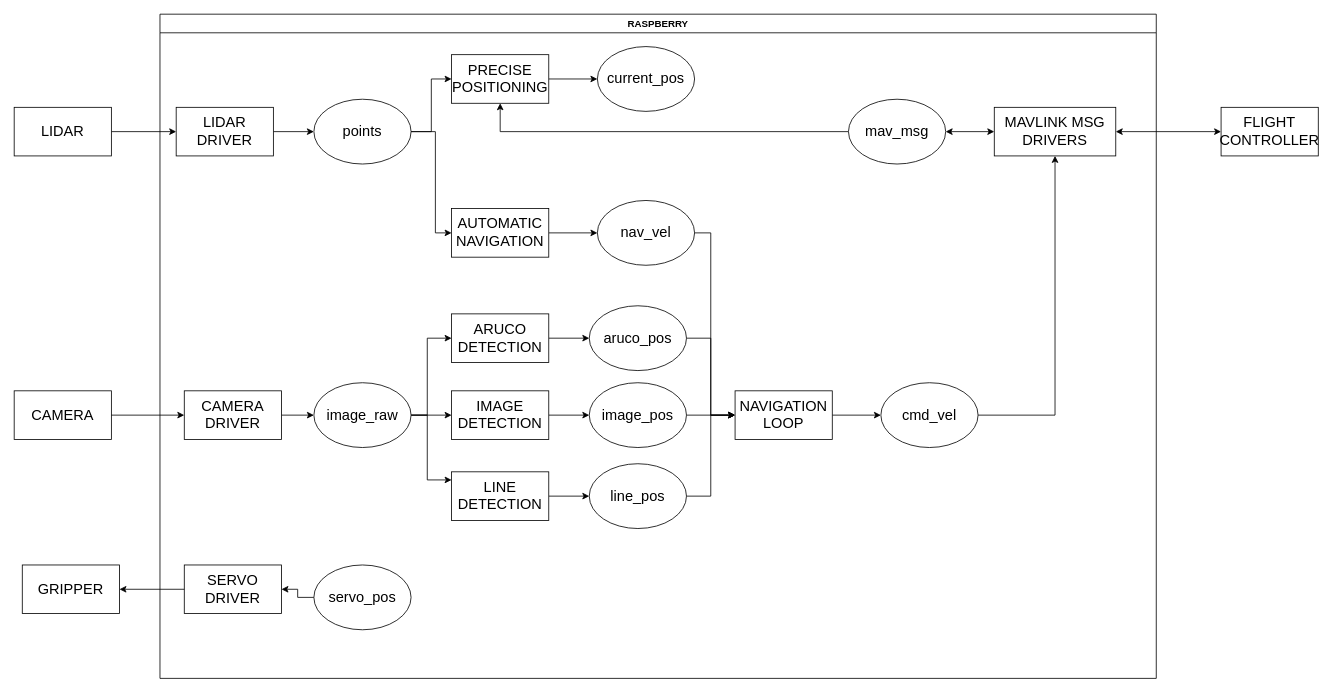
The draw.io diagram ros_diagram.drawio in Mi-LeV/Concours_Droneload_2025, before the edit. Source tidied: cells renumbered, new cells numbered last; positions are measured from the earlier drawing's top-left corner, leaving out a move shared by most shapes. Both pictures are drawn from the tidied source at 81%, with x=0, y=0 at pixel (14, 14).
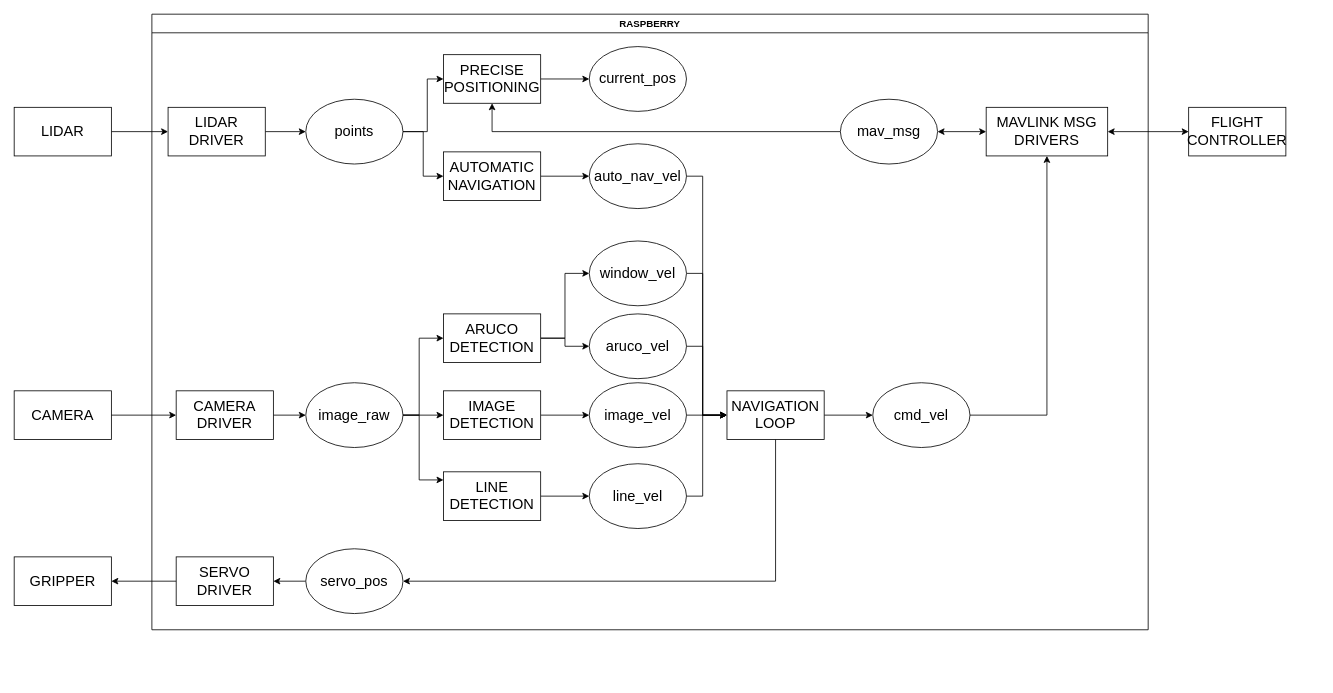
The same diagram, later.

Commit message:
Mettre à jour ros_diagram.drawio

The change refers to these unchanged cells:
```xml
<mxCell id="7" value="LIDAR DRIVER" style="rounded=0;whiteSpace=wrap;html=1;fontSize=18;" parent="5" vertex="1">
  <mxGeometry x="20" y="115" width="120" height="60" as="geometry" />
</mxCell>
<mxCell id="10" value="&lt;font&gt;points&lt;/font&gt;" style="ellipse;whiteSpace=wrap;html=1;fontSize=18;" parent="5" vertex="1">
  <mxGeometry x="190" y="105" width="120" height="80" as="geometry" />
</mxCell>
<mxCell id="14" value="PRECISE POSITIONING" style="rounded=0;whiteSpace=wrap;html=1;fontSize=18;" parent="5" vertex="1">
  <mxGeometry x="360" y="50" width="120" height="60" as="geometry" />
</mxCell>
<mxCell id="20" value="ARUCO DETECTION" style="rounded=0;whiteSpace=wrap;html=1;fontSize=18;" parent="5" vertex="1">
  <mxGeometry x="360" y="370" width="120" height="60" as="geometry" />
</mxCell>
<mxCell id="43" value="NAVIGATION LOOP" style="rounded=0;whiteSpace=wrap;html=1;fontSize=18;" parent="5" vertex="1">
  <mxGeometry x="710" y="465" width="120" height="60" as="geometry" />
</mxCell>
```

Diff of the diagram source:
```diff
@@
-    <mxCell id="2" style="edgeStyle=orthogonalEdgeStyle;rounded=0;jettySize=auto;html=1;" parent="1" edge="1" source="3" target="7">
-      <mxGeometry relative="1" as="geometry" />
-    </mxCell>
-    <mxCell id="3" value="LIDAR" style="rounded=0;whiteSpace=wrap;html=1;fontSize=18;" parent="1" vertex="1">
-      <mxGeometry y="115" width="120" height="60" as="geometry" />
-    </mxCell>
-    <mxCell id="4" value="FLIGHT CONTROLLER" style="rounded=0;whiteSpace=wrap;html=1;fontSize=18;" parent="1" vertex="1">
-      <mxGeometry x="1490" y="115" width="120" height="60" as="geometry" />
-    </mxCell>
     <mxCell id="5" value="RASPBERRY" style="swimlane;whiteSpace=wrap;html=1;" parent="1" vertex="1">
-      <mxGeometry x="180" width="1230" height="820" as="geometry" />
+      <mxGeometry x="170" width="1230" height="760" as="geometry" />
     </mxCell>
@@
+    <mxCell id="9" style="edgeStyle=orthogonalEdgeStyle;rounded=0;jettySize=auto;html=1;" parent="5" edge="1" source="10" target="14">
+      <mxGeometry relative="1" as="geometry">
+        <Array as="points">
+          <mxPoint x="340" y="145" />
+          <mxPoint x="340" y="80" />
+        </Array>
+      </mxGeometry>
+    </mxCell>
     <mxCell id="8" style="edgeStyle=orthogonalEdgeStyle;rounded=0;jettySize=auto;html=1;" parent="5" edge="1" source="10" target="12">
-      <mxGeometry relative="1" as="geometry">
-        <Array as="points">
-          <mxPoint x="340" y="145" />
-          <mxPoint x="340" y="270" />
-        </Array>
-      </mxGeometry>
+      <mxGeometry relative="1" as="geometry" />
     </mxCell>
-    <mxCell id="9" style="edgeStyle=orthogonalEdgeStyle;rounded=0;jettySize=auto;html=1;" parent="5" edge="1" source="10" target="14">
-      <mxGeometry relative="1" as="geometry" />
-    </mxCell>
@@
     <mxCell id="12" value="AUTOMATIC NAVIGATION" style="rounded=0;whiteSpace=wrap;html=1;fontSize=18;" parent="5" vertex="1">
-      <mxGeometry x="360" y="240" width="120" height="60" as="geometry" />
+      <mxGeometry x="360" y="170" width="120" height="60" as="geometry" />
     </mxCell>
@@
     <mxCell id="19" style="edgeStyle=orthogonalEdgeStyle;rounded=0;jettySize=auto;html=1;" parent="5" edge="1" source="20" target="37">
-      <mxGeometry relative="1" as="geometry" />
+      <mxGeometry relative="1" as="geometry">
+        <Array as="points">
+          <mxPoint x="510" y="400" />
+          <mxPoint x="510" y="410" />
+        </Array>
+      </mxGeometry>
     </mxCell>
+    <mxCell id="52" style="edgeStyle=orthogonalEdgeStyle;rounded=0;jettySize=auto;html=1;" parent="5" edge="1" source="20" target="55">
+      <mxGeometry relative="1" as="geometry">
+        <Array as="points">
+          <mxPoint x="510" y="400" />
+          <mxPoint x="510" y="320" />
+        </Array>
+      </mxGeometry>
+    </mxCell>
@@
-    <mxCell id="25" value="GRIPPER" style="rounded=0;whiteSpace=wrap;html=1;fontSize=18;" parent="5" vertex="1">
-      <mxGeometry x="-170" y="680" width="120" height="60" as="geometry" />
-    </mxCell>
     <mxCell id="26" value="SERVO DRIVER" style="rounded=0;whiteSpace=wrap;html=1;fontSize=18;" parent="5" vertex="1">
-      <mxGeometry x="30" y="680" width="120" height="60" as="geometry" />
+      <mxGeometry x="30" y="670" width="120" height="60" as="geometry" />
     </mxCell>
@@
     <mxCell id="28" value="&lt;font&gt;servo_pos&lt;/font&gt;" style="ellipse;whiteSpace=wrap;html=1;fontSize=18;" parent="5" vertex="1">
-      <mxGeometry x="190" y="680" width="120" height="80" as="geometry" />
+      <mxGeometry x="190" y="660" width="120" height="80" as="geometry" />
     </mxCell>
-    <mxCell id="29" style="edgeStyle=orthogonalEdgeStyle;rounded=0;jettySize=auto;html=1;" parent="5" edge="1" source="26" target="25">
-      <mxGeometry relative="1" as="geometry" />
-    </mxCell>
@@
     <mxCell id="36" style="edgeStyle=orthogonalEdgeStyle;rounded=0;jettySize=auto;html=1;" parent="5" edge="1" source="37" target="43">
       <mxGeometry relative="1" as="geometry">
         <Array as="points">
-          <mxPoint x="680" y="400" />
+          <mxPoint x="680" y="410" />
           <mxPoint x="680" y="495" />
         </Array>
       </mxGeometry>
     </mxCell>
-    <mxCell id="37" value="&lt;font&gt;aruco_pos&lt;/font&gt;" style="ellipse;whiteSpace=wrap;html=1;fontSize=18;" parent="5" vertex="1">
-      <mxGeometry x="530" y="360" width="120" height="80" as="geometry" />
+    <mxCell id="37" value="&lt;font&gt;aruco_vel&lt;/font&gt;" style="ellipse;whiteSpace=wrap;html=1;fontSize=18;" parent="5" vertex="1">
+      <mxGeometry x="540" y="370" width="120" height="80" as="geometry" />
     </mxCell>
@@
-    <mxCell id="39" value="&lt;font&gt;image_pos&lt;/font&gt;" style="ellipse;whiteSpace=wrap;html=1;fontSize=18;" parent="5" vertex="1">
-      <mxGeometry x="530" y="455" width="120" height="80" as="geometry" />
+    <mxCell id="39" value="&lt;font&gt;image_vel&lt;/font&gt;" style="ellipse;whiteSpace=wrap;html=1;fontSize=18;" parent="5" vertex="1">
+      <mxGeometry x="540" y="455" width="120" height="80" as="geometry" />
     </mxCell>
@@
-    <mxCell id="41" value="&lt;font&gt;line_pos&lt;/font&gt;" style="ellipse;whiteSpace=wrap;html=1;fontSize=18;" parent="5" vertex="1">
-      <mxGeometry x="530" y="555" width="120" height="80" as="geometry" />
+    <mxCell id="41" value="&lt;font&gt;line_vel&lt;/font&gt;" style="ellipse;whiteSpace=wrap;html=1;fontSize=18;" parent="5" vertex="1">
+      <mxGeometry x="540" y="555" width="120" height="80" as="geometry" />
     </mxCell>
@@
+    <mxCell id="53" style="edgeStyle=orthogonalEdgeStyle;rounded=0;jettySize=auto;html=1;" parent="5" edge="1" source="43" target="28">
+      <mxGeometry relative="1" as="geometry">
+        <Array as="points">
+          <mxPoint x="770" y="700" />
+        </Array>
+      </mxGeometry>
+    </mxCell>
@@
     <mxCell id="44" style="edgeStyle=orthogonalEdgeStyle;rounded=0;jettySize=auto;html=1;" parent="5" edge="1" source="45" target="43">
       <mxGeometry relative="1" as="geometry">
         <Array as="points">
-          <mxPoint x="680" y="270" />
+          <mxPoint x="680" y="200" />
           <mxPoint x="680" y="495" />
         </Array>
       </mxGeometry>
     </mxCell>
-    <mxCell id="45" value="nav_vel" style="ellipse;whiteSpace=wrap;html=1;fontSize=18;" parent="5" vertex="1">
-      <mxGeometry x="540" y="230" width="120" height="80" as="geometry" />
+    <mxCell id="45" value="auto_nav_vel" style="ellipse;whiteSpace=wrap;html=1;fontSize=18;" parent="5" vertex="1">
+      <mxGeometry x="540" y="160" width="120" height="80" as="geometry" />
     </mxCell>
@@
+    <mxCell id="54" style="edgeStyle=orthogonalEdgeStyle;rounded=0;jettySize=auto;html=1;" parent="5" edge="1" source="55" target="43">
+      <mxGeometry relative="1" as="geometry">
+        <Array as="points">
+          <mxPoint x="680" y="320" />
+          <mxPoint x="680" y="495" />
+        </Array>
+      </mxGeometry>
+    </mxCell>
+    <mxCell id="55" value="&lt;font&gt;window_vel&lt;/font&gt;" style="ellipse;whiteSpace=wrap;html=1;fontSize=18;" parent="5" vertex="1">
+      <mxGeometry x="540" y="280" width="120" height="80" as="geometry" />
+    </mxCell>
+    <mxCell id="2" style="edgeStyle=orthogonalEdgeStyle;rounded=0;jettySize=auto;html=1;" parent="1" edge="1" source="3" target="7">
+      <mxGeometry relative="1" as="geometry" />
+    </mxCell>
+    <mxCell id="3" value="LIDAR" style="rounded=0;whiteSpace=wrap;html=1;fontSize=18;" parent="1" vertex="1">
+      <mxGeometry y="115" width="120" height="60" as="geometry" />
+    </mxCell>
+    <mxCell id="4" value="FLIGHT CONTROLLER" style="rounded=0;whiteSpace=wrap;html=1;fontSize=18;" parent="1" vertex="1">
+      <mxGeometry x="1450" y="115" width="120" height="60" as="geometry" />
+    </mxCell>
@@
+    <mxCell id="25" value="GRIPPER" style="rounded=0;whiteSpace=wrap;html=1;fontSize=18;" parent="1" vertex="1">
+      <mxGeometry y="670" width="120" height="60" as="geometry" />
+    </mxCell>
+    <mxCell id="29" style="edgeStyle=orthogonalEdgeStyle;rounded=0;jettySize=auto;html=1;" parent="1" edge="1" source="26" target="25">
+      <mxGeometry relative="1" as="geometry" />
+    </mxCell>
```
